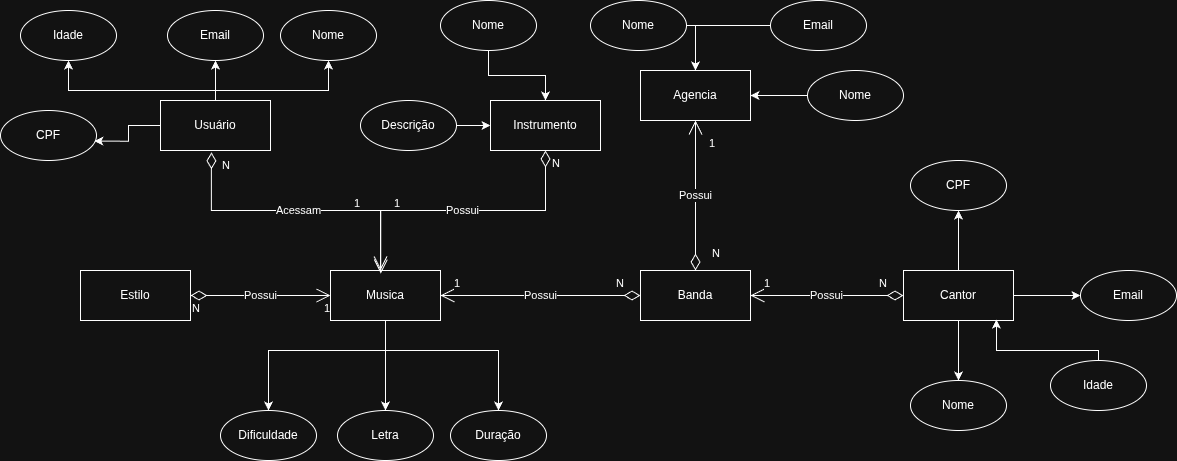
This is Diagrama_ER_MusicSite.drawio.png from felipe-boll/TCB_Project, a draw.io export, as it was before one commit. Source tidied: cells renumbered, new cells last; positions are measured from the earlier drawing's top-left corner, leaving out a move shared by most shapes.
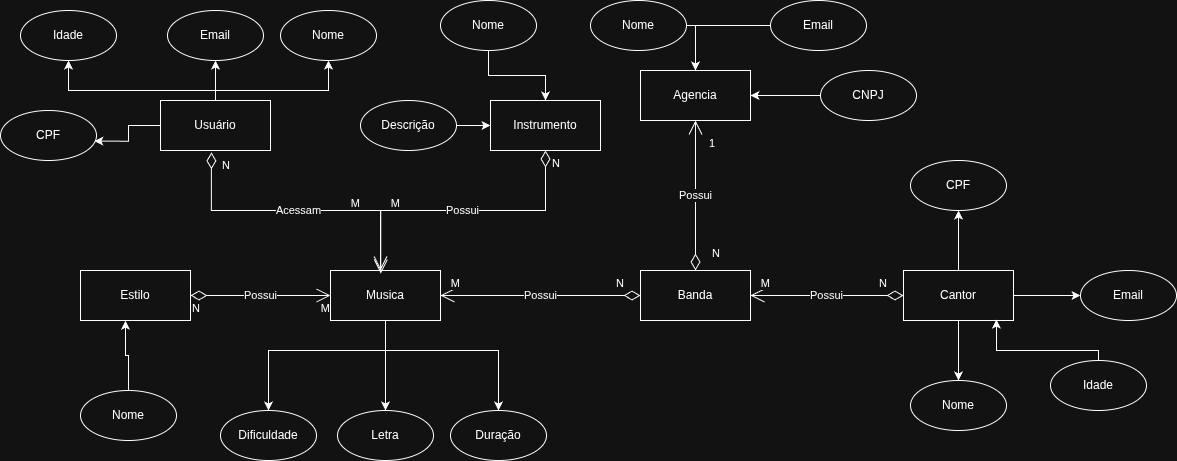
Later version of the same file.

Diff of the diagram source:
```diff
@@ -76,7 +76,7 @@
     <mxCell id="19" value="N" style="edgeLabel;html=1;align=left;verticalAlign=top;" parent="18" vertex="1">
       <mxGeometry x="-1" relative="1" as="geometry" />
     </mxCell>
-    <mxCell id="20" value="1" style="edgeLabel;html=1;align=right;verticalAlign=top;" parent="18" vertex="1">
+    <mxCell id="20" value="M" style="edgeLabel;html=1;align=right;verticalAlign=top;" parent="18" vertex="1">
       <mxGeometry x="1" relative="1" as="geometry" />
     </mxCell>
     <mxCell id="21" value="Acessam" style="endArrow=open;html=1;endSize=12;startArrow=diamondThin;startSize=14;startFill=0;edgeStyle=orthogonalEdgeStyle;rounded=0;entryX=0.457;entryY=0.064;entryDx=0;entryDy=0;entryPerimeter=0;exitX=0.463;exitY=1.037;exitDx=0;exitDy=0;exitPerimeter=0;" parent="1" edge="1" source="5" target="9">
@@ -92,7 +92,7 @@
         <mxPoint x="9" as="offset" />
       </mxGeometry>
     </mxCell>
-    <mxCell id="23" value="1" style="edgeLabel;html=1;align=right;verticalAlign=top;" parent="21" vertex="1">
+    <mxCell id="23" value="M" style="edgeLabel;html=1;align=right;verticalAlign=top;" parent="21" vertex="1">
       <mxGeometry x="1" relative="1" as="geometry">
         <mxPoint x="-20" y="-83" as="offset" />
       </mxGeometry>
@@ -107,7 +107,7 @@
         <mxPoint x="5" as="offset" />
       </mxGeometry>
     </mxCell>
-    <mxCell id="26" value="1" style="edgeLabel;html=1;align=right;verticalAlign=top;" parent="24" vertex="1">
+    <mxCell id="26" value="M" style="edgeLabel;html=1;align=right;verticalAlign=top;" parent="24" vertex="1">
       <mxGeometry x="1" relative="1" as="geometry">
         <mxPoint x="20" y="-80" as="offset" />
       </mxGeometry>
@@ -145,12 +145,6 @@
     <mxCell id="37" value="CPF" style="ellipse;whiteSpace=wrap;html=1;" parent="1" vertex="1">
       <mxGeometry x="910" y="160" width="96" height="50" as="geometry" />
     </mxCell>
-    <mxCell id="38" style="edgeStyle=orthogonalEdgeStyle;rounded=0;jettySize=auto;html=1;entryX=1;entryY=0.5;entryDx=0;entryDy=0;" parent="1" edge="1" source="39" target="14">
-      <mxGeometry relative="1" as="geometry" />
-    </mxCell>
-    <mxCell id="39" value="Nome" style="ellipse;whiteSpace=wrap;html=1;" parent="1" vertex="1">
-      <mxGeometry x="807" y="70" width="96" height="50" as="geometry" />
-    </mxCell>
     <mxCell id="40" style="edgeStyle=orthogonalEdgeStyle;rounded=0;jettySize=auto;html=1;entryX=0.5;entryY=0;entryDx=0;entryDy=0;" parent="1" edge="1" source="41" target="14">
       <mxGeometry relative="1" as="geometry" />
     </mxCell>
@@ -178,7 +172,7 @@
         <mxPoint x="-26" y="-25" as="offset" />
       </mxGeometry>
     </mxCell>
-    <mxCell id="47" value="1" style="edgeLabel;html=1;align=right;verticalAlign=top;" parent="45" vertex="1">
+    <mxCell id="47" value="M" style="edgeLabel;html=1;align=right;verticalAlign=top;" parent="45" vertex="1">
       <mxGeometry x="1" relative="1" as="geometry">
         <mxPoint x="20" y="-25" as="offset" />
       </mxGeometry>
@@ -191,7 +185,7 @@
         <mxPoint x="-26" y="-25" as="offset" />
       </mxGeometry>
     </mxCell>
-    <mxCell id="50" value="1" style="edgeLabel;html=1;align=right;verticalAlign=top;" parent="48" vertex="1">
+    <mxCell id="50" value="M" style="edgeLabel;html=1;align=right;verticalAlign=top;" parent="48" vertex="1">
       <mxGeometry x="1" relative="1" as="geometry">
         <mxPoint x="20" y="-25" as="offset" />
       </mxGeometry>
@@ -229,5 +223,17 @@
     <mxCell id="58" value="Descrição" style="ellipse;whiteSpace=wrap;html=1;" parent="1" vertex="1">
       <mxGeometry x="360" y="100" width="96" height="50" as="geometry" />
     </mxCell>
+    <mxCell id="39" value="Nome" style="ellipse;whiteSpace=wrap;html=1;" parent="1" vertex="1">
+      <mxGeometry x="80" y="390" width="96" height="50" as="geometry" />
+    </mxCell>
+    <mxCell id="59" style="edgeStyle=orthogonalEdgeStyle;rounded=0;jettySize=auto;html=1;entryX=0.409;entryY=1.005;entryDx=0;entryDy=0;entryPerimeter=0;" parent="1" edge="1" source="39" target="17">
+      <mxGeometry relative="1" as="geometry" />
+    </mxCell>
+    <mxCell id="60" style="edgeStyle=orthogonalEdgeStyle;rounded=0;jettySize=auto;html=1;" parent="1" edge="1" source="61" target="14">
+      <mxGeometry relative="1" as="geometry" />
+    </mxCell>
+    <mxCell id="61" value="CNPJ" style="ellipse;whiteSpace=wrap;html=1;" parent="1" vertex="1">
+      <mxGeometry x="820" y="70" width="96" height="50" as="geometry" />
+    </mxCell>
   </root>
 </mxGraphModel>
```
